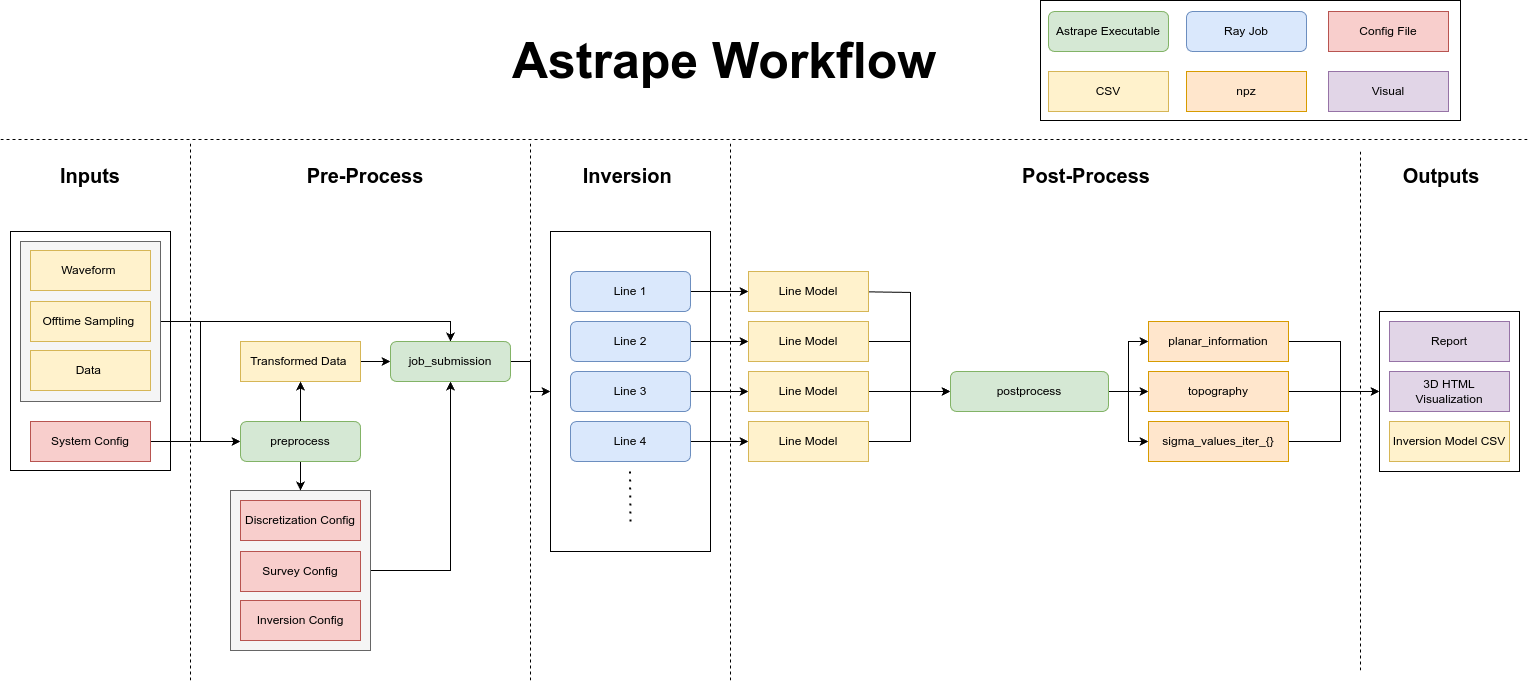
This is images/workflow.png from paul-vorticity/astrape_docs, a draw.io export, as it was before one commit. Source tidied: cells renumbered, new cells last; positions are measured from the earlier drawing's top-left corner, leaving out a move shared by most shapes.
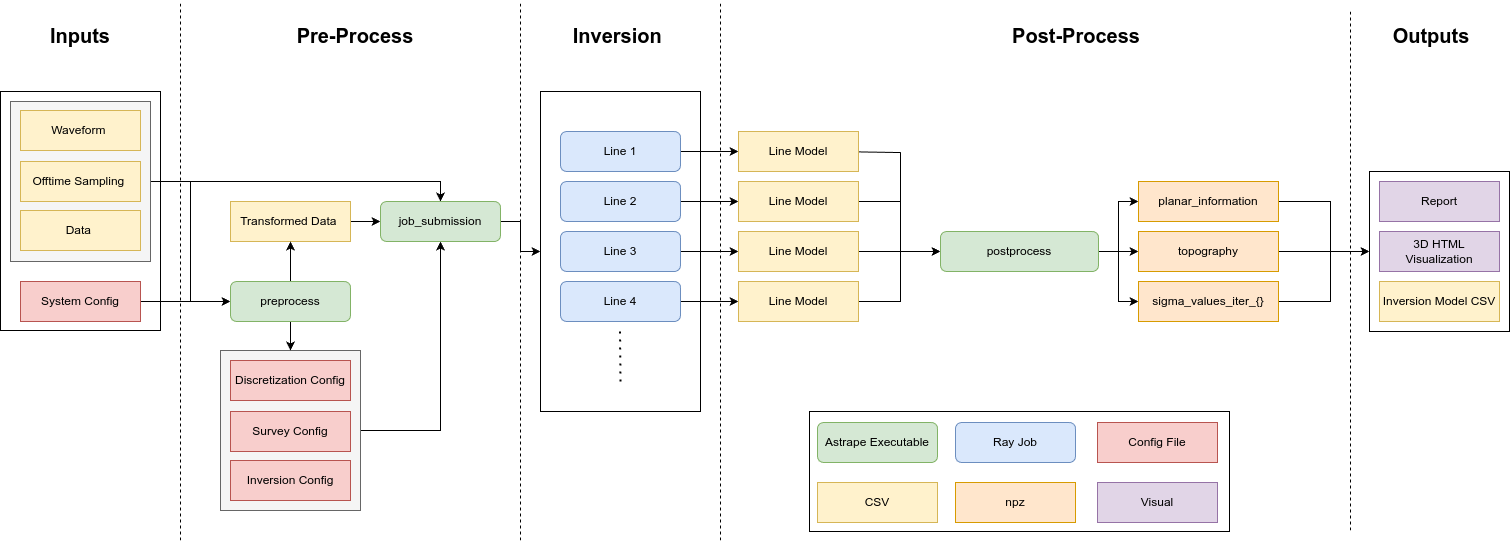
The same diagram one commit later.

The edit, as a diff of the source:
```diff
@@ -12,7 +12,7 @@
       <mxGeometry x="10" y="231" width="160" height="239" as="geometry" />
     </mxCell>
     <mxCell id="5" style="rounded=0;whiteSpace=wrap;html=1;" parent="1" vertex="1">
-      <mxGeometry x="1040" width="420" height="120" as="geometry" />
+      <mxGeometry x="819" y="551" width="420" height="120" as="geometry" />
     </mxCell>
     <mxCell id="6" style="rounded=0;whiteSpace=wrap;html=1;" parent="1" vertex="1">
       <mxGeometry x="1379" y="311" width="140" height="160" as="geometry" />
@@ -92,9 +92,6 @@
     <mxCell id="30" value="Outputs" style="text;html=1;strokeColor=none;fillColor=none;align=center;verticalAlign=middle;whiteSpace=wrap;rounded=0;fontSize=20;fontStyle=1;" parent="1" vertex="1">
       <mxGeometry x="1411" y="160" width="60" height="30" as="geometry" />
     </mxCell>
-    <mxCell id="31" value="Astrape Workflow" style="text;html=1;strokeColor=none;fillColor=none;align=center;verticalAlign=middle;whiteSpace=wrap;rounded=0;fontStyle=1;fontSize=50;" parent="1" vertex="1">
-      <mxGeometry x="440" y="30" width="568" height="60" as="geometry" />
-    </mxCell>
     <mxCell id="32" value="Inversion Config" style="rounded=0;whiteSpace=wrap;html=1;fontSize=12;glass=0;strokeWidth=1;shadow=0;fillColor=#f8cecc;strokeColor=#b85450;" parent="1" vertex="1">
       <mxGeometry x="240" y="600" width="120" height="40" as="geometry" />
     </mxCell>
@@ -195,16 +192,16 @@
       <mxGeometry x="1389" y="421" width="120" height="40" as="geometry" />
     </mxCell>
     <mxCell id="56" value="CSV" style="rounded=0;whiteSpace=wrap;html=1;fontSize=12;glass=0;strokeWidth=1;shadow=0;fillColor=#fff2cc;strokeColor=#d6b656;" parent="1" vertex="1">
-      <mxGeometry x="1048" y="71" width="120" height="40" as="geometry" />
+      <mxGeometry x="827" y="622" width="120" height="40" as="geometry" />
     </mxCell>
     <mxCell id="57" value="Config File" style="rounded=0;whiteSpace=wrap;html=1;fontSize=12;glass=0;strokeWidth=1;shadow=0;fillColor=#f8cecc;strokeColor=#b85450;" parent="1" vertex="1">
-      <mxGeometry x="1328" y="11" width="120" height="40" as="geometry" />
+      <mxGeometry x="1107" y="562" width="120" height="40" as="geometry" />
     </mxCell>
     <mxCell id="58" value="npz" style="rounded=0;whiteSpace=wrap;html=1;fontSize=12;glass=0;strokeWidth=1;shadow=0;fillColor=#ffe6cc;strokeColor=#d79b00;" parent="1" vertex="1">
-      <mxGeometry x="1186" y="71" width="120" height="40" as="geometry" />
+      <mxGeometry x="965" y="622" width="120" height="40" as="geometry" />
     </mxCell>
     <mxCell id="59" value="Astrape Executable" style="rounded=1;whiteSpace=wrap;html=1;fontSize=12;glass=0;strokeWidth=1;shadow=0;fillColor=#d5e8d4;strokeColor=#82b366;" parent="1" vertex="1">
-      <mxGeometry x="1048" y="11" width="120" height="40" as="geometry" />
+      <mxGeometry x="827" y="562" width="120" height="40" as="geometry" />
     </mxCell>
     <mxCell id="60" value="Pre-Process" style="text;html=1;strokeColor=none;fillColor=none;align=center;verticalAlign=middle;whiteSpace=wrap;rounded=0;fontStyle=1;fontSize=20;" parent="1" vertex="1">
       <mxGeometry x="300" y="160" width="130" height="30" as="geometry" />
@@ -240,17 +237,11 @@
       </mxGeometry>
     </mxCell>
     <mxCell id="67" value="Ray Job" style="rounded=1;whiteSpace=wrap;html=1;fontSize=12;glass=0;strokeWidth=1;shadow=0;fillColor=#dae8fc;strokeColor=#6c8ebf;" parent="1" vertex="1">
-      <mxGeometry x="1186" y="11" width="120" height="40" as="geometry" />
+      <mxGeometry x="965" y="562" width="120" height="40" as="geometry" />
     </mxCell>
     <mxCell id="68" value="Visual" style="rounded=0;whiteSpace=wrap;html=1;fontSize=12;glass=0;strokeWidth=1;shadow=0;fillColor=#e1d5e7;strokeColor=#9673a6;" parent="1" vertex="1">
-      <mxGeometry x="1328" y="71" width="120" height="40" as="geometry" />
+      <mxGeometry x="1107" y="622" width="120" height="40" as="geometry" />
     </mxCell>
-    <mxCell id="69" style="endArrow=none;dashed=1;html=1;rounded=0;" parent="1" edge="1">
-      <mxGeometry relative="1" as="geometry">
-        <mxPoint y="139" as="sourcePoint" />
-        <mxPoint x="1530" y="139" as="targetPoint" />
-      </mxGeometry>
-    </mxCell>
     <mxCell id="70" value="Discretization Config" style="rounded=0;whiteSpace=wrap;html=1;fontSize=12;glass=0;strokeWidth=1;shadow=0;fillColor=#f8cecc;strokeColor=#b85450;" parent="1" vertex="1">
       <mxGeometry x="240" y="500" width="120" height="40" as="geometry" />
     </mxCell>
```
